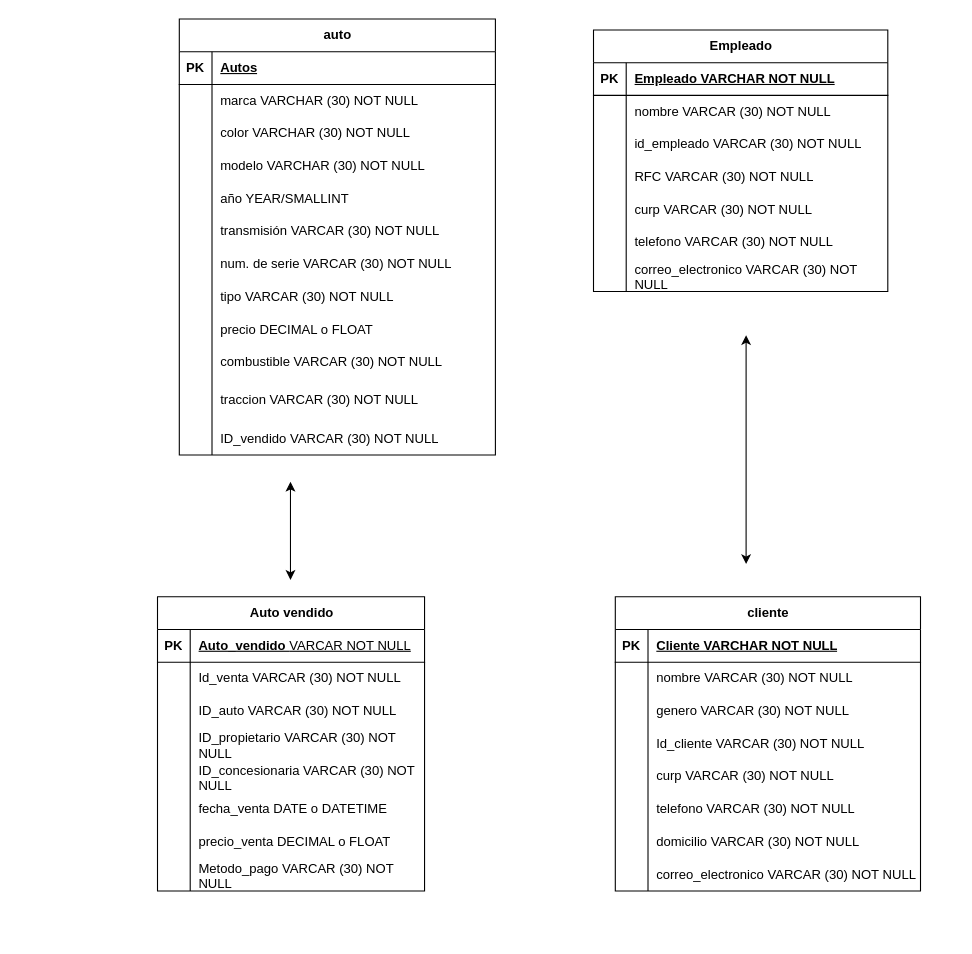
Before: page "Página-2" (2 of 2) of diagrama/consencionaria.drawio in GerardoNR/fbd-gerardo-reyes, a draw.io diagram. Source tidied: cells renumbered, new cells numbered last; positions are measured from the earlier drawing's top-left corner, leaving out a move shared by most shapes. Both pictures are drawn from the tidied source at 109%, with x=0, y=0 at pixel (157, 19).
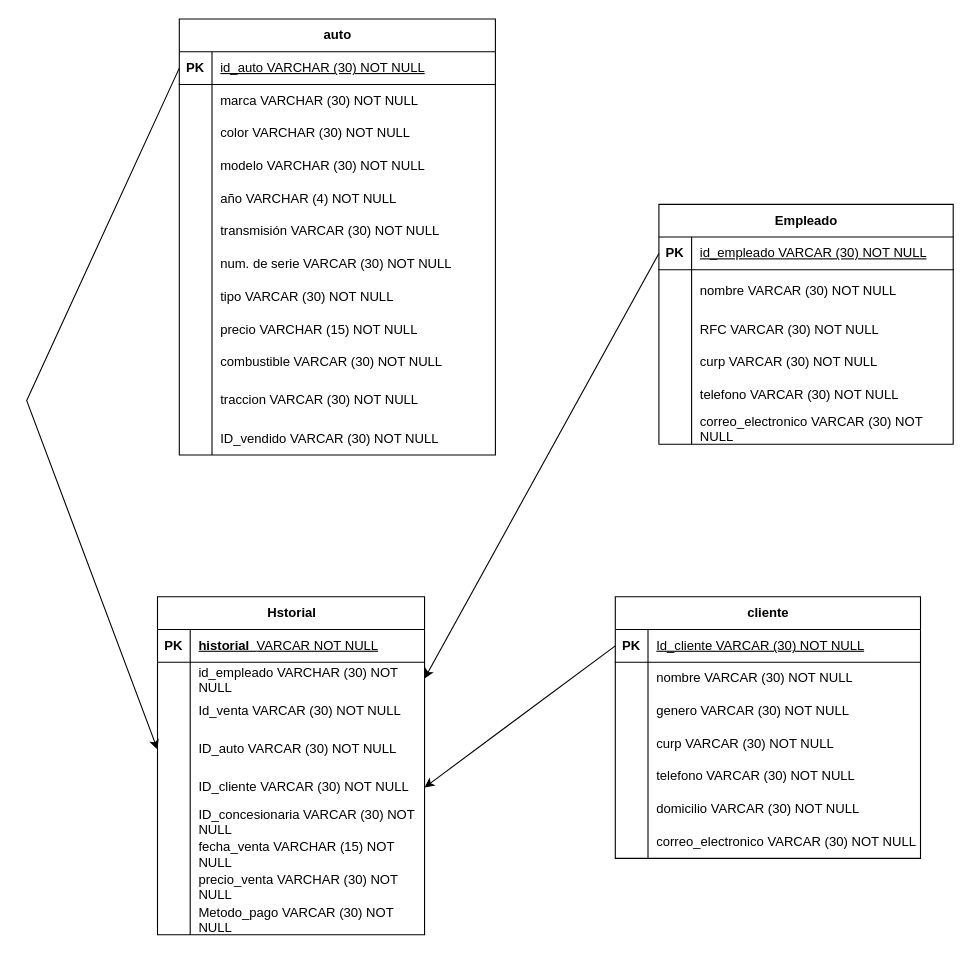
The same page after the edit.

The change refers to these unchanged cells:
```xml
<mxCell id="3" style="shape=tableRow;horizontal=0;startSize=0;swimlaneHead=0;swimlaneBody=0;fillColor=none;points=[[0,0.5],[1,0.5]];portConstraint=eastwest;top=0;left=0;right=0;bottom=1;" parent="2" vertex="1">
  <mxGeometry y="30" width="270" height="30" as="geometry" />
</mxCell>
<mxCell id="25" style="shape=tableRow;horizontal=0;startSize=0;swimlaneHead=0;swimlaneBody=0;fillColor=none;points=[[0,0.5],[1,0.5]];portConstraint=eastwest;top=0;left=0;right=0;bottom=1;" parent="24" vertex="1">
  <mxGeometry y="30" width="290" height="30" as="geometry" />
</mxCell>
<mxCell id="37" style="shape=tableRow;horizontal=0;startSize=0;swimlaneHead=0;swimlaneBody=0;fillColor=none;top=0;left=0;right=0;bottom=0;" parent="24" vertex="1">
  <mxGeometry y="150" width="290" height="30" as="geometry" />
</mxCell>
<mxCell id="49" style="shape=tableRow;horizontal=0;startSize=0;swimlaneHead=0;swimlaneBody=0;fillColor=none;top=0;left=0;right=0;bottom=0;" parent="24" vertex="1">
  <mxGeometry y="270" width="290" height="30" as="geometry" />
</mxCell>
<mxCell id="62" style="shape=tableRow;horizontal=0;startSize=0;swimlaneHead=0;swimlaneBody=0;fillColor=none;points=[[0,0.5],[1,0.5]];portConstraint=eastwest;top=0;left=0;right=0;bottom=1;" parent="61" vertex="1">
  <mxGeometry y="30" width="280" height="30" as="geometry" />
</mxCell>
<mxCell id="87" style="shape=tableRow;horizontal=0;startSize=0;swimlaneHead=0;swimlaneBody=0;fillColor=none;top=0;left=0;right=0;bottom=1;" parent="86" vertex="1">
  <mxGeometry y="30" width="245" height="30" as="geometry" />
</mxCell>
<mxCell id="90" style="shape=tableRow;horizontal=0;startSize=0;swimlaneHead=0;swimlaneBody=0;fillColor=none;points=[[0,0.5],[1,0.5]];portConstraint=eastwest;top=0;left=0;right=0;bottom=0;" parent="86" vertex="1">
  <mxGeometry y="60" width="245" height="30" as="geometry" />
</mxCell>
```

What changed in the source:
```diff
@@
     <mxCell id="2" value="Empleado" style="shape=table;startSize=30;childLayout=tableLayout;rowLines=0;fontStyle=1;align=center;html=1;" parent="1" vertex="1">
-      <mxGeometry x="400" y="10" width="270" height="240" as="geometry" />
+      <mxGeometry x="460" y="170" width="270" height="220" as="geometry" />
     </mxCell>
@@
-    <mxCell id="5" value="Empleado VARCHAR NOT NULL" style="shape=partialRectangle;fillColor=none;top=0;left=0;bottom=0;right=0;align=left;spacingLeft=6;fontStyle=5;overflow=hidden;whiteSpace=wrap;html=1;" parent="3" vertex="1">
+    <mxCell id="5" value="&lt;span style=&quot;font-weight: 400;&quot;&gt;id_empleado VARCAR (30) NOT NULL&lt;/span&gt;" style="shape=partialRectangle;fillColor=none;top=0;left=0;bottom=0;right=0;align=left;spacingLeft=6;fontStyle=5;overflow=hidden;whiteSpace=wrap;html=1;" parent="3" vertex="1">
       <mxGeometry x="30" width="240" height="30" as="geometry" />
     </mxCell>
     <mxCell id="6" style="shape=tableRow;horizontal=0;startSize=0;swimlaneHead=0;swimlaneBody=0;fillColor=none;top=0;left=0;right=0;bottom=0;" parent="2" vertex="1">
-      <mxGeometry y="60" width="270" height="30" as="geometry" />
+      <mxGeometry y="60" width="270" height="40" as="geometry" />
     </mxCell>
     <mxCell id="7" style="shape=partialRectangle;fillColor=none;top=0;left=0;bottom=0;right=0;overflow=hidden;whiteSpace=wrap;html=1;" parent="6" vertex="1">
-      <mxGeometry width="30" height="30" as="geometry" />
+      <mxGeometry width="30" height="40" as="geometry" />
     </mxCell>
     <mxCell id="8" value="nombre VARCAR (30) NOT NULL" style="shape=partialRectangle;fillColor=none;top=0;left=0;bottom=0;right=0;align=left;spacingLeft=6;overflow=hidden;whiteSpace=wrap;html=1;" parent="6" vertex="1">
-      <mxGeometry x="30" width="240" height="30" as="geometry" />
+      <mxGeometry x="30" width="240" height="40" as="geometry" />
     </mxCell>
-    <mxCell id="9" style="shape=tableRow;horizontal=0;startSize=0;swimlaneHead=0;swimlaneBody=0;fillColor=none;top=0;left=0;right=0;bottom=0;" parent="2" vertex="1">
-      <mxGeometry y="90" width="270" height="30" as="geometry" />
-    </mxCell>
-    <mxCell id="10" style="shape=partialRectangle;fillColor=none;top=0;left=0;bottom=0;right=0;overflow=hidden;whiteSpace=wrap;html=1;" parent="9" vertex="1">
-      <mxGeometry width="30" height="30" as="geometry" />
-    </mxCell>
-    <mxCell id="11" value="id_empleado VARCAR (30) NOT NULL" style="shape=partialRectangle;fillColor=none;top=0;left=0;bottom=0;right=0;align=left;spacingLeft=6;overflow=hidden;whiteSpace=wrap;html=1;" parent="9" vertex="1">
-      <mxGeometry x="30" width="240" height="30" as="geometry" />
-    </mxCell>
     <mxCell id="12" style="shape=tableRow;horizontal=0;startSize=0;swimlaneHead=0;swimlaneBody=0;fillColor=none;top=0;left=0;right=0;bottom=0;" parent="2" vertex="1">
-      <mxGeometry y="120" width="270" height="30" as="geometry" />
+      <mxGeometry y="100" width="270" height="30" as="geometry" />
     </mxCell>
@@
     <mxCell id="15" style="shape=tableRow;horizontal=0;startSize=0;swimlaneHead=0;swimlaneBody=0;fillColor=none;top=0;left=0;right=0;bottom=0;" parent="2" vertex="1">
-      <mxGeometry y="150" width="270" height="30" as="geometry" />
+      <mxGeometry y="130" width="270" height="30" as="geometry" />
     </mxCell>
@@
     <mxCell id="18" style="shape=tableRow;horizontal=0;startSize=0;swimlaneHead=0;swimlaneBody=0;fillColor=none;top=0;left=0;right=0;bottom=0;" parent="2" vertex="1">
-      <mxGeometry y="180" width="270" height="30" as="geometry" />
+      <mxGeometry y="160" width="270" height="30" as="geometry" />
     </mxCell>
@@
     <mxCell id="21" style="shape=tableRow;horizontal=0;startSize=0;swimlaneHead=0;swimlaneBody=0;fillColor=none;top=0;left=0;right=0;bottom=0;" parent="2" vertex="1">
-      <mxGeometry y="210" width="270" height="30" as="geometry" />
+      <mxGeometry y="190" width="270" height="30" as="geometry" />
     </mxCell>
@@
-    <mxCell id="27" value="Autos" style="shape=partialRectangle;fillColor=none;top=0;left=0;bottom=0;right=0;align=left;spacingLeft=6;fontStyle=5;overflow=hidden;whiteSpace=wrap;html=1;" parent="25" vertex="1">
+    <mxCell id="27" value="&lt;span style=&quot;font-weight: 400;&quot;&gt;id_auto VARCHAR (30) NOT NULL&lt;/span&gt;" style="shape=partialRectangle;fillColor=none;top=0;left=0;bottom=0;right=0;align=left;spacingLeft=6;fontStyle=5;overflow=hidden;whiteSpace=wrap;html=1;" parent="25" vertex="1">
       <mxGeometry x="30" width="260" height="30" as="geometry" />
     </mxCell>
@@
-    <mxCell id="39" value="año YEAR/SMALLINT" style="shape=partialRectangle;fillColor=none;top=0;left=0;bottom=0;right=0;align=left;spacingLeft=6;overflow=hidden;whiteSpace=wrap;html=1;" parent="37" vertex="1">
+    <mxCell id="39" value="año VARCHAR (4) NOT NULL" style="shape=partialRectangle;fillColor=none;top=0;left=0;bottom=0;right=0;align=left;spacingLeft=6;overflow=hidden;whiteSpace=wrap;html=1;" parent="37" vertex="1">
       <mxGeometry x="30" width="260" height="30" as="geometry" />
     </mxCell>
@@
-    <mxCell id="51" value="precio DECIMAL o FLOAT&amp;nbsp;" style="shape=partialRectangle;fillColor=none;top=0;left=0;bottom=0;right=0;align=left;spacingLeft=6;overflow=hidden;whiteSpace=wrap;html=1;" parent="49" vertex="1">
+    <mxCell id="51" value="precio VARCHAR (15) NOT NULL&amp;nbsp;" style="shape=partialRectangle;fillColor=none;top=0;left=0;bottom=0;right=0;align=left;spacingLeft=6;overflow=hidden;whiteSpace=wrap;html=1;" parent="49" vertex="1">
       <mxGeometry x="30" width="260" height="30" as="geometry" />
     </mxCell>
@@
     <mxCell id="61" value="cliente" style="shape=table;startSize=30;childLayout=tableLayout;rowLines=0;fontStyle=1;align=center;html=1;" parent="1" vertex="1">
-      <mxGeometry x="420" y="530" width="280" height="270" as="geometry" />
+      <mxGeometry x="420" y="530" width="280" height="240" as="geometry" />
     </mxCell>
@@
-    <mxCell id="64" value="Cliente VARCHAR NOT NULL" style="shape=partialRectangle;fillColor=none;top=0;left=0;bottom=0;right=0;align=left;spacingLeft=6;fontStyle=5;overflow=hidden;whiteSpace=wrap;html=1;" parent="62" vertex="1">
+    <mxCell id="64" value="&lt;span style=&quot;font-weight: 400;&quot;&gt;Id_cliente VARCAR (30) NOT NULL&lt;/span&gt;" style="shape=partialRectangle;fillColor=none;top=0;left=0;bottom=0;right=0;align=left;spacingLeft=6;fontStyle=5;overflow=hidden;whiteSpace=wrap;html=1;" parent="62" vertex="1">
       <mxGeometry x="30" width="250" height="30" as="geometry" />
     </mxCell>
@@
-    <mxCell id="71" style="shape=tableRow;horizontal=0;startSize=0;swimlaneHead=0;swimlaneBody=0;fillColor=none;top=0;left=0;right=0;bottom=0;" parent="61" vertex="1">
-      <mxGeometry y="120" width="280" height="30" as="geometry" />
-    </mxCell>
-    <mxCell id="72" style="shape=partialRectangle;fillColor=none;top=0;left=0;bottom=0;right=0;overflow=hidden;whiteSpace=wrap;html=1;" parent="71" vertex="1">
-      <mxGeometry width="30" height="30" as="geometry" />
-    </mxCell>
-    <mxCell id="73" value="Id_cliente VARCAR (30) NOT NULL" style="shape=partialRectangle;fillColor=none;top=0;left=0;bottom=0;right=0;align=left;spacingLeft=6;overflow=hidden;whiteSpace=wrap;html=1;" parent="71" vertex="1">
-      <mxGeometry x="30" width="250" height="30" as="geometry" />
-    </mxCell>
     <mxCell id="74" style="shape=tableRow;horizontal=0;startSize=0;swimlaneHead=0;swimlaneBody=0;fillColor=none;top=0;left=0;right=0;bottom=0;" parent="61" vertex="1">
-      <mxGeometry y="150" width="280" height="30" as="geometry" />
+      <mxGeometry y="120" width="280" height="30" as="geometry" />
     </mxCell>
@@
     <mxCell id="77" style="shape=tableRow;horizontal=0;startSize=0;swimlaneHead=0;swimlaneBody=0;fillColor=none;top=0;left=0;right=0;bottom=0;" parent="61" vertex="1">
-      <mxGeometry y="180" width="280" height="30" as="geometry" />
+      <mxGeometry y="150" width="280" height="30" as="geometry" />
     </mxCell>
@@
     <mxCell id="80" style="shape=tableRow;horizontal=0;startSize=0;swimlaneHead=0;swimlaneBody=0;fillColor=none;top=0;left=0;right=0;bottom=0;" parent="61" vertex="1">
-      <mxGeometry y="210" width="280" height="30" as="geometry" />
+      <mxGeometry y="180" width="280" height="30" as="geometry" />
     </mxCell>
@@
     <mxCell id="83" style="shape=tableRow;horizontal=0;startSize=0;swimlaneHead=0;swimlaneBody=0;fillColor=none;top=0;left=0;right=0;bottom=0;" parent="61" vertex="1">
-      <mxGeometry y="240" width="280" height="30" as="geometry" />
+      <mxGeometry y="210" width="280" height="30" as="geometry" />
     </mxCell>
@@
-    <mxCell id="86" value="Auto vendido" style="shape=table;startSize=30;childLayout=tableLayout;rowLines=0;fontStyle=1;align=center;html=1;" parent="1" vertex="1">
-      <mxGeometry y="530" width="245" height="270" as="geometry" />
+    <mxCell id="86" value="Hstorial" style="shape=table;startSize=30;childLayout=tableLayout;rowLines=0;fontStyle=1;align=center;html=1;" parent="1" vertex="1">
+      <mxGeometry y="530" width="245" height="310" as="geometry" />
     </mxCell>
@@
-    <mxCell id="89" value="Auto_vendido&amp;nbsp;&lt;span style=&quot;font-weight: 400;&quot;&gt;VARCAR NOT NULL&lt;/span&gt;" style="shape=partialRectangle;fillColor=none;top=0;left=0;bottom=0;right=0;align=left;spacingLeft=6;fontStyle=5;overflow=hidden;whiteSpace=wrap;html=1;" parent="87" vertex="1">
+    <mxCell id="89" value="historial&amp;nbsp;&amp;nbsp;&lt;span style=&quot;font-weight: 400;&quot;&gt;VARCAR NOT NULL&lt;/span&gt;" style="shape=partialRectangle;fillColor=none;top=0;left=0;bottom=0;right=0;align=left;spacingLeft=6;fontStyle=5;overflow=hidden;whiteSpace=wrap;html=1;" parent="87" vertex="1">
       <mxGeometry x="30" width="215" height="30" as="geometry" />
     </mxCell>
@@
-    <mxCell id="91" style="shape=partialRectangle;fillColor=none;top=0;left=0;bottom=0;right=0;overflow=hidden;whiteSpace=wrap;html=1;" parent="90" vertex="1">
-      <mxGeometry width="30" height="30" as="geometry" />
-    </mxCell>
+    <mxCell id="113" style="shape=partialRectangle;fillColor=none;top=0;left=0;bottom=0;right=0;overflow=hidden;whiteSpace=wrap;html=1;" parent="90" vertex="1">
+      <mxGeometry width="30" height="30" as="geometry" />
+    </mxCell>
+    <mxCell id="114" value="id_empleado VARCHAR (30) NOT NULL" style="shape=partialRectangle;fillColor=none;top=0;left=0;bottom=0;right=0;align=left;spacingLeft=6;overflow=hidden;whiteSpace=wrap;html=1;" parent="90" vertex="1">
+      <mxGeometry x="30" width="215" height="30" as="geometry" />
+    </mxCell>
+    <mxCell id="115" style="shape=tableRow;horizontal=0;startSize=0;swimlaneHead=0;swimlaneBody=0;fillColor=none;top=0;left=0;right=0;bottom=0;" parent="86" vertex="1">
+      <mxGeometry y="90" width="245" height="30" as="geometry" />
+    </mxCell>
+    <mxCell id="116" style="shape=partialRectangle;fillColor=none;top=0;left=0;bottom=0;right=0;overflow=hidden;whiteSpace=wrap;html=1;" parent="115" vertex="1">
+      <mxGeometry width="30" height="30" as="geometry" />
+    </mxCell>
-    <mxCell id="92" value="Id_venta VARCAR (30) NOT NULL" style="shape=partialRectangle;fillColor=none;top=0;left=0;bottom=0;right=0;align=left;spacingLeft=6;overflow=hidden;whiteSpace=wrap;html=1;" parent="90" vertex="1">
+    <mxCell id="92" value="Id_venta VARCAR (30) NOT NULL" style="shape=partialRectangle;fillColor=none;top=0;left=0;bottom=0;right=0;align=left;spacingLeft=6;overflow=hidden;whiteSpace=wrap;html=1;" parent="115" vertex="1">
       <mxGeometry x="30" width="215" height="30" as="geometry" />
     </mxCell>
     <mxCell id="93" style="shape=tableRow;horizontal=0;startSize=0;swimlaneHead=0;swimlaneBody=0;fillColor=none;points=[[0,0.5],[1,0.5]];portConstraint=eastwest;top=0;left=0;right=0;bottom=0;" parent="86" vertex="1">
-      <mxGeometry y="90" width="245" height="30" as="geometry" />
+      <mxGeometry y="120" width="245" height="40" as="geometry" />
     </mxCell>
     <mxCell id="94" style="shape=partialRectangle;fillColor=none;top=0;left=0;bottom=0;right=0;overflow=hidden;whiteSpace=wrap;html=1;" parent="93" vertex="1">
-      <mxGeometry width="30" height="30" as="geometry" />
+      <mxGeometry width="30" height="40" as="geometry" />
     </mxCell>
     <mxCell id="95" value="ID_auto VARCAR (30) NOT NULL" style="shape=partialRectangle;fillColor=none;top=0;left=0;bottom=0;right=0;align=left;spacingLeft=6;overflow=hidden;whiteSpace=wrap;html=1;" parent="93" vertex="1">
-      <mxGeometry x="30" width="215" height="30" as="geometry" />
+      <mxGeometry x="30" width="215" height="40" as="geometry" />
     </mxCell>
     <mxCell id="96" style="shape=tableRow;horizontal=0;startSize=0;swimlaneHead=0;swimlaneBody=0;fillColor=none;points=[[0,0.5],[1,0.5]];portConstraint=eastwest;top=0;left=0;right=0;bottom=0;" parent="86" vertex="1">
-      <mxGeometry y="120" width="245" height="30" as="geometry" />
+      <mxGeometry y="160" width="245" height="30" as="geometry" />
     </mxCell>
@@
-    <mxCell id="98" value="ID_propietario VARCAR (30) NOT NULL" style="shape=partialRectangle;fillColor=none;top=0;left=0;bottom=0;right=0;align=left;spacingLeft=6;overflow=hidden;whiteSpace=wrap;html=1;" parent="96" vertex="1">
+    <mxCell id="98" value="ID_cliente VARCAR (30) NOT NULL" style="shape=partialRectangle;fillColor=none;top=0;left=0;bottom=0;right=0;align=left;spacingLeft=6;overflow=hidden;whiteSpace=wrap;html=1;" parent="96" vertex="1">
       <mxGeometry x="30" width="215" height="30" as="geometry" />
     </mxCell>
     <mxCell id="99" style="shape=tableRow;horizontal=0;startSize=0;swimlaneHead=0;swimlaneBody=0;fillColor=none;top=0;left=0;right=0;bottom=0;" parent="86" vertex="1">
-      <mxGeometry y="150" width="245" height="30" as="geometry" />
+      <mxGeometry y="190" width="245" height="30" as="geometry" />
     </mxCell>
@@
     <mxCell id="102" style="shape=tableRow;horizontal=0;startSize=0;swimlaneHead=0;swimlaneBody=0;fillColor=none;top=0;left=0;right=0;bottom=0;" parent="86" vertex="1">
-      <mxGeometry y="180" width="245" height="30" as="geometry" />
+      <mxGeometry y="220" width="245" height="30" as="geometry" />
     </mxCell>
@@
-    <mxCell id="104" value="fecha_venta DATE o DATETIME" style="shape=partialRectangle;fillColor=none;top=0;left=0;bottom=0;right=0;align=left;spacingLeft=6;overflow=hidden;whiteSpace=wrap;html=1;" parent="102" vertex="1">
+    <mxCell id="104" value="fecha_venta VARCHAR (15) NOT NULL" style="shape=partialRectangle;fillColor=none;top=0;left=0;bottom=0;right=0;align=left;spacingLeft=6;overflow=hidden;whiteSpace=wrap;html=1;" parent="102" vertex="1">
       <mxGeometry x="30" width="215" height="30" as="geometry" />
     </mxCell>
     <mxCell id="105" style="shape=tableRow;horizontal=0;startSize=0;swimlaneHead=0;swimlaneBody=0;fillColor=none;top=0;left=0;right=0;bottom=0;" parent="86" vertex="1">
-      <mxGeometry y="210" width="245" height="30" as="geometry" />
+      <mxGeometry y="250" width="245" height="30" as="geometry" />
     </mxCell>
@@
-    <mxCell id="107" value="precio_venta DECIMAL o FLOAT" style="shape=partialRectangle;fillColor=none;top=0;left=0;bottom=0;right=0;align=left;spacingLeft=6;overflow=hidden;whiteSpace=wrap;html=1;" parent="105" vertex="1">
+    <mxCell id="107" value="precio_venta VARCHAR (30) NOT NULL" style="shape=partialRectangle;fillColor=none;top=0;left=0;bottom=0;right=0;align=left;spacingLeft=6;overflow=hidden;whiteSpace=wrap;html=1;" parent="105" vertex="1">
       <mxGeometry x="30" width="215" height="30" as="geometry" />
     </mxCell>
     <mxCell id="108" style="shape=tableRow;horizontal=0;startSize=0;swimlaneHead=0;swimlaneBody=0;fillColor=none;top=0;left=0;right=0;bottom=0;" parent="86" vertex="1">
-      <mxGeometry y="240" width="245" height="30" as="geometry" />
+      <mxGeometry y="280" width="245" height="30" as="geometry" />
     </mxCell>
@@
-    <mxCell id="111" style="endArrow=classic;startArrow=classic;html=1;rounded=0;" parent="1" edge="1">
-      <mxGeometry relative="1" as="geometry">
-        <mxPoint x="540" y="500" as="sourcePoint" />
-        <mxPoint x="540" y="290" as="targetPoint" />
-      </mxGeometry>
-    </mxCell>
-    <mxCell id="112" style="endArrow=classic;startArrow=classic;html=1;rounded=0;" parent="1" edge="1">
-      <mxGeometry relative="1" as="geometry">
-        <mxPoint x="122" y="514.5" as="sourcePoint" />
-        <mxPoint x="122" y="424.5" as="targetPoint" />
-      </mxGeometry>
-    </mxCell>
+    <mxCell id="117" style="edgeStyle=none;rounded=0;jettySize=auto;html=1;exitX=0;exitY=0.5;exitDx=0;exitDy=0;entryX=0;entryY=0.5;entryDx=0;entryDy=0;" parent="1" edge="1" source="25" target="93">
+      <mxGeometry relative="1" as="geometry">
+        <Array as="points">
+          <mxPoint x="-120" y="350" />
+        </Array>
+      </mxGeometry>
+    </mxCell>
+    <mxCell id="118" style="edgeStyle=none;rounded=0;jettySize=auto;html=1;exitX=0;exitY=0.5;exitDx=0;exitDy=0;entryX=1;entryY=0.5;entryDx=0;entryDy=0;" parent="1" edge="1" source="62" target="96">
+      <mxGeometry relative="1" as="geometry" />
+    </mxCell>
+    <mxCell id="119" style="edgeStyle=none;rounded=0;jettySize=auto;html=1;exitX=0;exitY=0.5;exitDx=0;exitDy=0;entryX=1;entryY=0.5;entryDx=0;entryDy=0;" parent="1" edge="1" source="3" target="90">
+      <mxGeometry relative="1" as="geometry" />
+    </mxCell>
```
